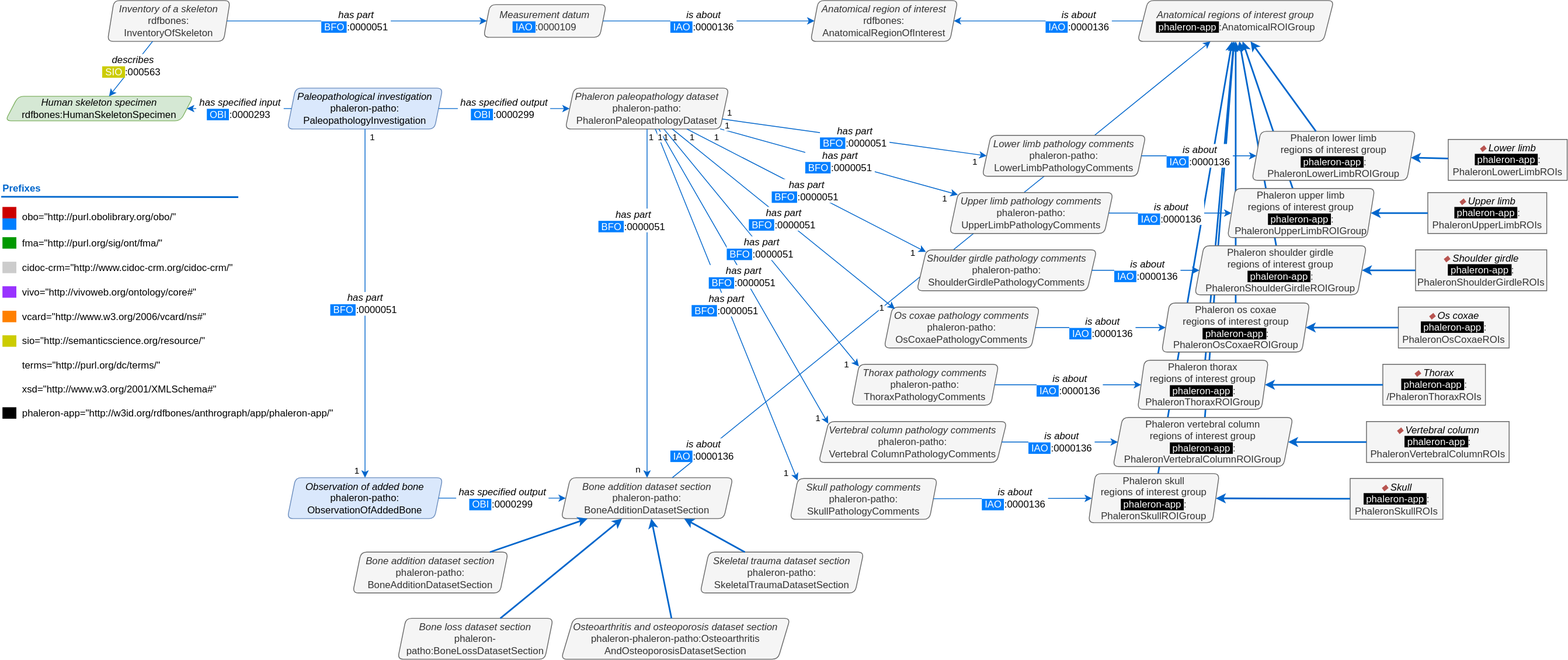
Earlier version of the draw.io export NetworkGraphics/OntologyExtensions/phaleron-patho/phaleron-patho_NetworkGraphics.svg (RDFBones/RDFBonesGraphics). Source tidied: cells renumbered, new cells last; positions are measured from the earlier drawing's top-left corner, leaving out a move shared by most shapes.
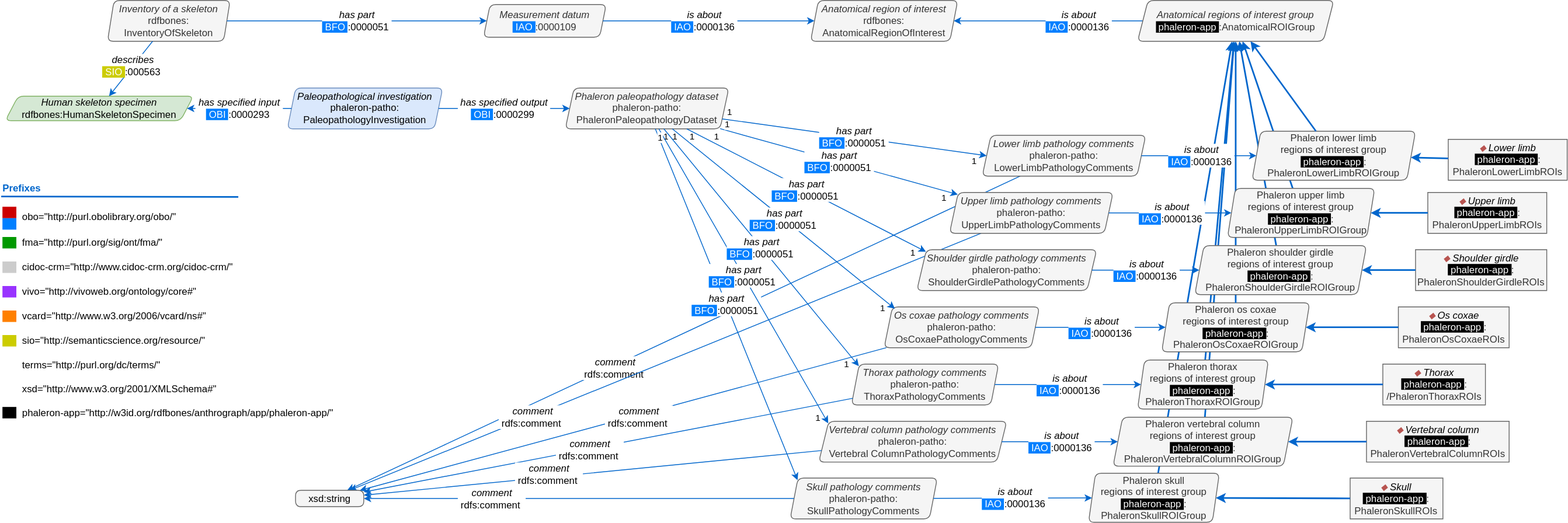
The same diagram one commit later.

Commit message:
Added coments data properties to pathology comments classes to illustrate annotation property usage.

What changed in the source:
```diff
@@ -2,6 +2,12 @@
   <root>
     <mxCell id="0" />
     <mxCell id="1" parent="0" />
+    <mxCell id="121" value="&lt;font style=&quot;font-size: 12px&quot;&gt;&lt;span style=&quot;line-height: 120% ; font-size: 12px&quot;&gt;&lt;i style=&quot;font-size: 12px&quot;&gt;comment&lt;br&gt;&lt;/i&gt;&amp;nbsp;rdfs:comment&amp;nbsp;&amp;nbsp;&lt;/span&gt;&lt;/font&gt;" style="rounded=0;html=1;jettySize=auto;strokeColor=#0066CC;fontSize=12;strokeWidth=1;arcSize=20;" parent="1" edge="1" source="92" target="123">
+      <mxGeometry x="0.21" y="3" relative="1" as="geometry" />
+    </mxCell>
+    <mxCell id="122" value="&lt;font style=&quot;font-size: 12px&quot;&gt;&lt;span style=&quot;line-height: 120% ; font-size: 12px&quot;&gt;&lt;i style=&quot;font-size: 12px&quot;&gt;comment&lt;br&gt;&lt;/i&gt;&amp;nbsp;rdfs:comment&amp;nbsp;&amp;nbsp;&lt;/span&gt;&lt;/font&gt;" style="rounded=0;html=1;jettySize=auto;strokeColor=#0066CC;fontSize=12;strokeWidth=1;arcSize=20;" parent="1" edge="1" source="91" target="123">
+      <mxGeometry x="0.42" y="1" relative="1" as="geometry" />
+    </mxCell>
     <mxCell id="2" style="edgeStyle=none;rounded=0;html=1;jettySize=auto;strokeColor=#0066CC;strokeWidth=2;fontSize=12;fontColor=#0066CC;" parent="1" edge="1" source="71" target="57">
       <mxGeometry x="-0.65" y="-4" relative="1" as="geometry">
         <mxPoint x="1" as="offset" />
@@ -27,50 +33,15 @@
         <mxPoint x="1" as="offset" />
       </mxGeometry>
     </mxCell>
-    <mxCell id="7" value="&lt;i&gt;Bone addition dataset section&lt;/i&gt;&lt;br&gt;phaleron-patho:&lt;br&gt;BoneAdditionDatasetSection" style="shape=parallelogram;perimeter=parallelogramPerimeter;whiteSpace=wrap;html=1;strokeColor=#666666;fontSize=12;align=center;size=0.05333333333333334;fillColor=#f5f5f5;rounded=1;comic=0;shadow=0;spacing=0;line-height:.8rem;arcSize=14;fontColor=#333333;" parent="1" vertex="1">
-      <mxGeometry x="685" y="583.7" width="210" height="50" as="geometry" />
-    </mxCell>
     <mxCell id="8" value="&lt;i&gt;Phaleron paleopathology dataset&lt;/i&gt;&lt;br&gt;phaleron-patho:&lt;br&gt;PhaleronPaleopathologyDataset" style="shape=parallelogram;perimeter=parallelogramPerimeter;whiteSpace=wrap;html=1;strokeColor=#666666;fontSize=12;align=center;size=0.05333333333333334;fillColor=#f5f5f5;rounded=1;comic=0;shadow=0;spacing=0;line-height:.8rem;arcSize=14;fontColor=#333333;" parent="1" vertex="1">
       <mxGeometry x="690" y="107.2" width="200" height="50" as="geometry" />
     </mxCell>
-    <mxCell id="9" value="&lt;font style=&quot;font-size: 12px&quot;&gt;&lt;span style=&quot;line-height: 120% ; font-size: 12px&quot;&gt;&lt;i style=&quot;font-size: 12px&quot;&gt;has part&lt;br style=&quot;font-size: 12px&quot;&gt;&lt;/i&gt;&lt;span style=&quot;color: rgb(255 , 255 , 255) ; text-align: left ; background-color: rgb(0 , 127 , 255)&quot;&gt;&amp;nbsp;BFO&amp;nbsp;&lt;/span&gt;:0000051&amp;nbsp;&lt;/span&gt;&lt;/font&gt;" style="rounded=0;html=1;jettySize=auto;strokeColor=#0066CC;fontSize=12;strokeWidth=1;arcSize=20;" parent="1" edge="1" source="8" target="7">
-      <mxGeometry x="-0.48" y="-17" relative="1" as="geometry" />
-    </mxCell>
-    <mxCell id="10" value="1" style="edgeLabel;html=1;align=center;verticalAlign=middle;" parent="9" vertex="1">
-      <mxGeometry x="-0.69" y="1" relative="1" as="geometry">
-        <mxPoint x="3" y="-58" as="offset" />
-      </mxGeometry>
-    </mxCell>
-    <mxCell id="11" value="n" style="edgeLabel;html=1;align=center;verticalAlign=middle;" parent="9" vertex="1">
-      <mxGeometry x="0.65" y="1" relative="1" as="geometry">
-        <mxPoint x="-13" y="64" as="offset" />
-      </mxGeometry>
-    </mxCell>
     <mxCell id="12" value="&lt;i&gt;Paleopathological investigation&lt;/i&gt;&lt;br&gt;phaleron-patho:&lt;br&gt;PaleopathologyInvestigation" style="shape=parallelogram;perimeter=parallelogramPerimeter;whiteSpace=wrap;html=1;strokeColor=#6c8ebf;fontSize=12;align=center;size=0.05333333333333334;fillColor=#dae8fc;rounded=1;comic=0;shadow=0;spacing=0;line-height:.8rem;arcSize=14;" parent="1" vertex="1">
       <mxGeometry x="350" y="107.2" width="190" height="50" as="geometry" />
     </mxCell>
-    <mxCell id="13" value="&lt;i&gt;Observation of added bone&lt;/i&gt;&lt;br&gt;phaleron-patho:&lt;br&gt;ObservationOfAddedBone" style="shape=parallelogram;perimeter=parallelogramPerimeter;whiteSpace=wrap;html=1;strokeColor=#6c8ebf;fontSize=12;align=center;size=0.05333333333333334;fillColor=#dae8fc;rounded=1;comic=0;shadow=0;spacing=0;line-height:.8rem;arcSize=14;" parent="1" vertex="1">
-      <mxGeometry x="350" y="583.7" width="190" height="50" as="geometry" />
-    </mxCell>
-    <mxCell id="14" value="&lt;font style=&quot;font-size: 12px&quot;&gt;&lt;span style=&quot;line-height: 120% ; font-size: 12px&quot;&gt;&lt;i style=&quot;font-size: 12px&quot;&gt;has part&lt;br style=&quot;font-size: 12px&quot;&gt;&lt;/i&gt;&lt;span style=&quot;color: rgb(255 , 255 , 255) ; text-align: left ; background-color: rgb(0 , 127 , 255)&quot;&gt;&amp;nbsp;BFO&amp;nbsp;&lt;/span&gt;:0000051&amp;nbsp;&lt;/span&gt;&lt;/font&gt;" style="rounded=0;html=1;jettySize=auto;strokeColor=#0066CC;fontSize=12;strokeWidth=1;arcSize=20;" parent="1" edge="1" source="12" target="13">
-      <mxGeometry relative="1" as="geometry" />
-    </mxCell>
-    <mxCell id="15" value="1" style="edgeLabel;html=1;align=center;verticalAlign=middle;" parent="14" vertex="1">
-      <mxGeometry x="-0.7" y="-1" relative="1" as="geometry">
-        <mxPoint x="9" y="-54" as="offset" />
-      </mxGeometry>
-    </mxCell>
-    <mxCell id="16" value="1" style="edgeLabel;html=1;align=center;verticalAlign=middle;" parent="14" vertex="1">
-      <mxGeometry x="0.49" y="-1" relative="1" as="geometry">
-        <mxPoint x="-10" y="99" as="offset" />
-      </mxGeometry>
-    </mxCell>
     <mxCell id="17" value="&lt;font style=&quot;font-size: 12px&quot;&gt;&lt;span style=&quot;line-height: 120% ; font-size: 12px&quot;&gt;&lt;i style=&quot;font-size: 12px&quot;&gt;&amp;nbsp;has specified output&amp;nbsp;&lt;br style=&quot;font-size: 12px&quot;&gt;&lt;/i&gt;&lt;span style=&quot;color: rgb(255 , 255 , 255) ; text-align: left ; background-color: rgb(0 , 127 , 255)&quot;&gt;&amp;nbsp;OBI&amp;nbsp;&lt;/span&gt;:0000299&amp;nbsp;&lt;/span&gt;&lt;/font&gt;" style="rounded=0;html=1;jettySize=auto;strokeColor=#0066CC;fontSize=12;strokeWidth=1;arcSize=20;" parent="1" edge="1" source="12" target="8">
       <mxGeometry relative="1" as="geometry" />
     </mxCell>
-    <mxCell id="18" value="&lt;font style=&quot;font-size: 12px&quot;&gt;&lt;span style=&quot;line-height: 120% ; font-size: 12px&quot;&gt;&lt;i style=&quot;font-size: 12px&quot;&gt;&amp;nbsp;has specified output&amp;nbsp;&lt;br style=&quot;font-size: 12px&quot;&gt;&lt;/i&gt;&lt;span style=&quot;color: rgb(255 , 255 , 255) ; text-align: left ; background-color: rgb(0 , 127 , 255)&quot;&gt;&amp;nbsp;OBI&amp;nbsp;&lt;/span&gt;:0000299&amp;nbsp;&lt;/span&gt;&lt;/font&gt;" style="rounded=0;html=1;jettySize=auto;strokeColor=#0066CC;fontSize=12;strokeWidth=1;arcSize=20;" parent="1" edge="1" source="13" target="7">
-      <mxGeometry relative="1" as="geometry" />
-    </mxCell>
     <mxCell id="19" value="&lt;i&gt;Anatomical region of interest&lt;/i&gt;&lt;br&gt;rdfbones:&lt;br&gt;AnatomicalRegionOfInterest" style="shape=parallelogram;perimeter=parallelogramPerimeter;whiteSpace=wrap;html=1;strokeColor=#666666;fontSize=12;align=center;size=0.05333333333333334;fillColor=#f5f5f5;rounded=1;comic=0;shadow=0;spacing=0;line-height:.8rem;arcSize=14;fontColor=#333333;" parent="1" vertex="1">
       <mxGeometry x="990" width="180" height="50" as="geometry" />
     </mxCell>
@@ -109,11 +80,6 @@
     <mxCell id="30" value="&lt;font style=&quot;font-size: 12px&quot;&gt;&lt;span style=&quot;line-height: 120% ; font-size: 12px&quot;&gt;&lt;i style=&quot;font-size: 12px&quot;&gt;is about&lt;br style=&quot;font-size: 12px&quot;&gt;&lt;/i&gt;&lt;span style=&quot;color: rgb(255 , 255 , 255) ; text-align: left ; background-color: rgb(0 , 127 , 255)&quot;&gt;&amp;nbsp;IAO&amp;nbsp;&lt;/span&gt;:0000136&amp;nbsp;&lt;/span&gt;&lt;/font&gt;" style="rounded=0;html=1;jettySize=auto;strokeColor=#0066CC;fontSize=12;strokeWidth=1;arcSize=20;" parent="1" edge="1" source="57" target="19">
       <mxGeometry x="-0.32" relative="1" as="geometry" />
     </mxCell>
-    <mxCell id="31" value="&lt;font style=&quot;font-size: 12px&quot;&gt;&lt;span style=&quot;line-height: 120% ; font-size: 12px&quot;&gt;&lt;i style=&quot;font-size: 12px&quot;&gt;is about&lt;br style=&quot;font-size: 12px&quot;&gt;&lt;/i&gt;&lt;span style=&quot;color: rgb(255 , 255 , 255) ; text-align: left ; background-color: rgb(0 , 127 , 255)&quot;&gt;&amp;nbsp;IAO&amp;nbsp;&lt;/span&gt;:0000136&amp;nbsp;&lt;/span&gt;&lt;/font&gt;" style="rounded=0;html=1;jettySize=auto;strokeColor=#0066CC;fontSize=12;strokeWidth=1;arcSize=20;" parent="1" edge="1" source="7" target="57">
-      <mxGeometry x="-0.88" y="1" relative="1" as="geometry">
-        <mxPoint x="-1" as="offset" />
-      </mxGeometry>
-    </mxCell>
     <mxCell id="32" style="group;" parent="1" vertex="1">
       <mxGeometry y="220" width="420" height="300" as="geometry" />
     </mxCell>
@@ -200,38 +166,6 @@
         <mxPoint x="1" as="offset" />
       </mxGeometry>
     </mxCell>
-    <mxCell id="59" value="&lt;i&gt;Bone addition dataset section&lt;/i&gt;&lt;br&gt;&lt;div&gt;phaleron-patho:&lt;/div&gt;&lt;div&gt;BoneAdditionDatasetSection&lt;/div&gt;" style="shape=parallelogram;perimeter=parallelogramPerimeter;whiteSpace=wrap;html=1;strokeColor=#666666;fontSize=12;align=center;size=0.05333333333333334;fillColor=#f5f5f5;rounded=1;comic=0;shadow=0;spacing=0;line-height:.8rem;arcSize=14;fontColor=#333333;" parent="1" vertex="1">
-      <mxGeometry x="430" y="674.7" width="190" height="50" as="geometry" />
-    </mxCell>
-    <mxCell id="60" style="edgeStyle=none;rounded=0;html=1;jettySize=auto;strokeColor=#0066CC;strokeWidth=2;fontSize=12;fontColor=#0066CC;" parent="1" edge="1" source="59" target="7">
-      <mxGeometry x="-0.65" y="-4" relative="1" as="geometry">
-        <mxPoint x="1" as="offset" />
-      </mxGeometry>
-    </mxCell>
-    <mxCell id="61" value="&lt;i&gt;Bone loss dataset section&lt;/i&gt;&lt;br&gt;&lt;div&gt;&lt;div&gt;phaleron-patho:BoneLossDatasetSection&lt;/div&gt;&lt;/div&gt;" style="shape=parallelogram;perimeter=parallelogramPerimeter;whiteSpace=wrap;html=1;strokeColor=#666666;fontSize=12;align=center;size=0.05333333333333334;fillColor=#f5f5f5;rounded=1;comic=0;shadow=0;spacing=0;line-height:.8rem;arcSize=14;fontColor=#333333;" parent="1" vertex="1">
-      <mxGeometry x="485" y="755.7" width="190" height="50" as="geometry" />
-    </mxCell>
-    <mxCell id="62" style="edgeStyle=none;rounded=0;html=1;jettySize=auto;strokeColor=#0066CC;strokeWidth=2;fontSize=12;fontColor=#0066CC;" parent="1" edge="1" source="61" target="7">
-      <mxGeometry x="-0.65" y="-4" relative="1" as="geometry">
-        <mxPoint x="1" as="offset" />
-      </mxGeometry>
-    </mxCell>
-    <mxCell id="63" value="&lt;i&gt;Osteoarthritis and osteoporosis dataset section&lt;/i&gt;&lt;br&gt;&lt;div&gt;&lt;div&gt;phaleron-&lt;span&gt;phaleron-patho:&lt;/span&gt;&lt;span&gt;Osteoarthritis&lt;/span&gt;&lt;/div&gt;&lt;div&gt;&lt;span&gt;AndOsteoporosisDatasetSection&lt;/span&gt;&lt;/div&gt;&lt;/div&gt;" style="shape=parallelogram;perimeter=parallelogramPerimeter;whiteSpace=wrap;html=1;strokeColor=#666666;fontSize=12;align=center;size=0.05333333333333334;fillColor=#f5f5f5;rounded=1;comic=0;shadow=0;spacing=0;line-height:.8rem;arcSize=14;fontColor=#333333;" parent="1" vertex="1">
-      <mxGeometry x="685" y="755.7" width="280" height="50" as="geometry" />
-    </mxCell>
-    <mxCell id="64" style="edgeStyle=none;rounded=0;html=1;jettySize=auto;strokeColor=#0066CC;strokeWidth=2;fontSize=12;fontColor=#0066CC;" parent="1" edge="1" source="63" target="7">
-      <mxGeometry x="-0.65" y="-4" relative="1" as="geometry">
-        <mxPoint x="1" as="offset" />
-      </mxGeometry>
-    </mxCell>
-    <mxCell id="65" value="&lt;i&gt;Skeletal trauma dataset section&lt;/i&gt;&lt;br&gt;&lt;div&gt;&lt;div&gt;phaleron-patho:&lt;/div&gt;&lt;div&gt;SkeletalTraumaDatasetSection&lt;/div&gt;&lt;/div&gt;" style="shape=parallelogram;perimeter=parallelogramPerimeter;whiteSpace=wrap;html=1;strokeColor=#666666;fontSize=12;align=center;size=0.05333333333333334;fillColor=#f5f5f5;rounded=1;comic=0;shadow=0;spacing=0;line-height:.8rem;arcSize=14;fontColor=#333333;" parent="1" vertex="1">
-      <mxGeometry x="855" y="674.7" width="200" height="50" as="geometry" />
-    </mxCell>
-    <mxCell id="66" style="edgeStyle=none;rounded=0;html=1;jettySize=auto;strokeColor=#0066CC;strokeWidth=2;fontSize=12;fontColor=#0066CC;" parent="1" edge="1" source="65" target="7">
-      <mxGeometry x="-0.65" y="-4" relative="1" as="geometry">
-        <mxPoint x="1" as="offset" />
-      </mxGeometry>
-    </mxCell>
     <mxCell id="67" value="Phaleron os coxae&lt;br&gt;regions of interest group&lt;br&gt;&lt;span style=&quot;background-color: rgb(0 , 0 , 0)&quot;&gt;&lt;font color=&quot;#ffffff&quot;&gt;&amp;nbsp;phaleron-app&amp;nbsp;&lt;/font&gt;&lt;/span&gt;:&lt;br&gt;PhaleronOsCoxaeROIGroup" style="shape=parallelogram;perimeter=parallelogramPerimeter;whiteSpace=wrap;html=1;strokeColor=#666666;fontSize=12;align=center;size=0.05333333333333334;fillColor=#f5f5f5;rounded=1;comic=0;shadow=0;spacing=0;line-height:.8rem;arcSize=14;fontColor=#333333;" parent="1" vertex="1">
       <mxGeometry x="1419.5" y="370" width="181" height="60" as="geometry" />
     </mxCell>
@@ -353,11 +287,6 @@
         <mxPoint x="-13" y="-55" as="offset" />
       </mxGeometry>
     </mxCell>
-    <mxCell id="102" value="1" style="edgeLabel;html=1;align=center;verticalAlign=middle;" parent="100" vertex="1">
-      <mxGeometry x="0.49" y="-1" relative="1" as="geometry">
-        <mxPoint x="31" y="100" as="offset" />
-      </mxGeometry>
-    </mxCell>
     <mxCell id="103" value="&lt;font style=&quot;font-size: 12px&quot;&gt;&lt;span style=&quot;line-height: 120% ; font-size: 12px&quot;&gt;&lt;i style=&quot;font-size: 12px&quot;&gt;has part&lt;br style=&quot;font-size: 12px&quot;&gt;&lt;/i&gt;&lt;span style=&quot;color: rgb(255 , 255 , 255) ; text-align: left ; background-color: rgb(0 , 127 , 255)&quot;&gt;&amp;nbsp;BFO&amp;nbsp;&lt;/span&gt;:0000051&amp;nbsp;&lt;/span&gt;&lt;/font&gt;" style="rounded=0;html=1;jettySize=auto;strokeColor=#0066CC;fontSize=12;strokeWidth=1;arcSize=20;entryX=0;entryY=0;entryDx=0;entryDy=0;" parent="1" edge="1" source="8" target="87">
       <mxGeometry relative="1" as="geometry" />
     </mxCell>
@@ -436,5 +365,20 @@
         <mxPoint x="67" y="17" as="offset" />
       </mxGeometry>
     </mxCell>
+    <mxCell id="123" value="&lt;font style=&quot;background-color: rgb(245 , 245 , 245)&quot; color=&quot;#000000&quot;&gt;xsd:string&lt;/font&gt;" style="shape=parallelogram;perimeter=parallelogramPerimeter;whiteSpace=wrap;html=1;strokeColor=#666666;fontSize=12;align=center;size=0;fillColor=#f5f5f5;rounded=1;comic=0;shadow=0;spacing=0;line-height:.8rem;arcSize=14;fontColor=#333333;" parent="1" vertex="1">
+      <mxGeometry x="360" y="599.6" width="83.5" height="20" as="geometry" />
+    </mxCell>
+    <mxCell id="124" value="&lt;font style=&quot;font-size: 12px&quot;&gt;&lt;span style=&quot;line-height: 120% ; font-size: 12px&quot;&gt;&lt;i style=&quot;font-size: 12px&quot;&gt;comment&lt;br&gt;&lt;/i&gt;&amp;nbsp;rdfs:comment&amp;nbsp;&amp;nbsp;&lt;/span&gt;&lt;/font&gt;" style="rounded=0;html=1;jettySize=auto;strokeColor=#0066CC;fontSize=12;strokeWidth=1;arcSize=20;" parent="1" edge="1" source="89" target="123">
+      <mxGeometry x="-0.06" y="3" relative="1" as="geometry" />
+    </mxCell>
+    <mxCell id="125" value="&lt;font style=&quot;font-size: 12px&quot;&gt;&lt;span style=&quot;line-height: 120% ; font-size: 12px&quot;&gt;&lt;i style=&quot;font-size: 12px&quot;&gt;comment&lt;br&gt;&lt;/i&gt;&amp;nbsp;rdfs:comment&amp;nbsp;&amp;nbsp;&lt;/span&gt;&lt;/font&gt;" style="rounded=0;html=1;jettySize=auto;strokeColor=#0066CC;fontSize=12;strokeWidth=1;arcSize=20;" parent="1" edge="1" source="88" target="123">
+      <mxGeometry x="0.08" y="1" relative="1" as="geometry" />
+    </mxCell>
+    <mxCell id="126" value="&lt;font style=&quot;font-size: 12px&quot;&gt;&lt;span style=&quot;line-height: 120% ; font-size: 12px&quot;&gt;&lt;i style=&quot;font-size: 12px&quot;&gt;comment&lt;br&gt;&lt;/i&gt;&amp;nbsp;rdfs:comment&amp;nbsp;&amp;nbsp;&lt;/span&gt;&lt;/font&gt;" style="rounded=0;html=1;jettySize=auto;strokeColor=#0066CC;fontSize=12;strokeWidth=1;arcSize=20;" parent="1" edge="1" source="87" target="123">
+      <mxGeometry x="0.19" y="-3" relative="1" as="geometry" />
+    </mxCell>
+    <mxCell id="127" value="&lt;font style=&quot;font-size: 12px&quot;&gt;&lt;span style=&quot;line-height: 120% ; font-size: 12px&quot;&gt;&lt;i style=&quot;font-size: 12px&quot;&gt;comment&lt;br&gt;&lt;/i&gt;&amp;nbsp;rdfs:comment&amp;nbsp;&amp;nbsp;&lt;/span&gt;&lt;/font&gt;" style="rounded=0;html=1;jettySize=auto;strokeColor=#0066CC;fontSize=12;strokeWidth=1;arcSize=20;" parent="1" edge="1" source="86" target="123">
+      <mxGeometry x="0.41" relative="1" as="geometry" />
+    </mxCell>
   </root>
 </mxGraphModel>
```
